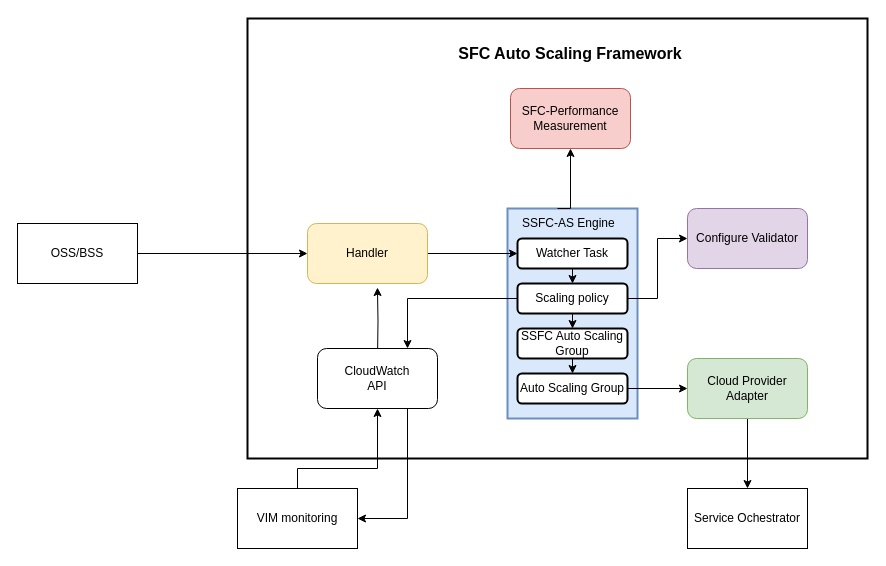
This is High Arch.drawio from nhbinh/draw.io, a draw.io file, before an edit. Source tidied: cells renumbered, new cells numbered last; positions are measured from the earlier drawing's top-left corner, leaving out a move shared by most shapes. Both pictures are drawn from the tidied source at 100%, with x=0, y=0 at pixel (17, 18).
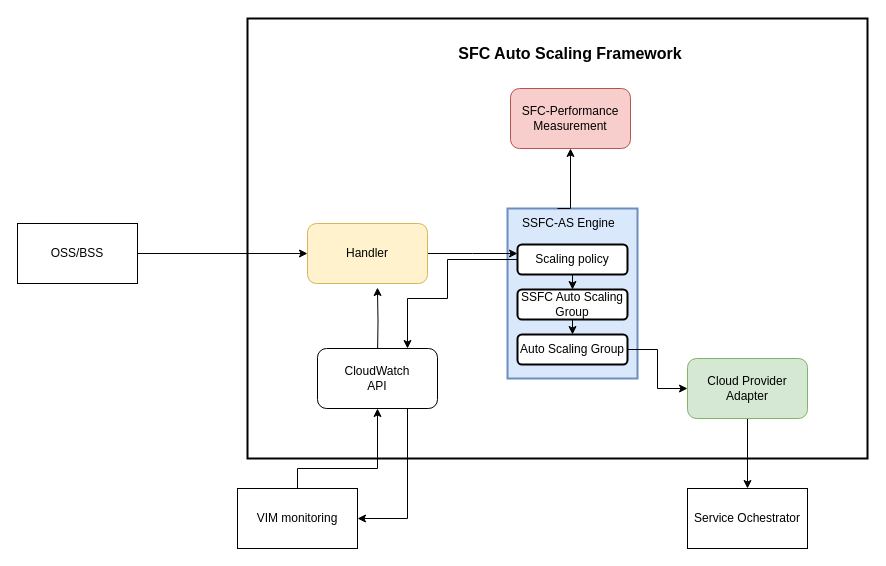
Above is the later version.

The change refers to these unchanged cells:
```xml
<mxCell id="11" value="Handler" style="rounded=1;whiteSpace=wrap;html=1;fillColor=#fff2cc;strokeColor=#d6b656;" parent="1" vertex="1">
  <mxGeometry x="290" y="205" width="120" height="60" as="geometry" />
</mxCell>
<mxCell id="13" value="&lt;span style=&quot;white-space: normal&quot;&gt;CloudWatch&lt;br&gt;API&lt;br&gt;&lt;/span&gt;" style="rounded=1;whiteSpace=wrap;html=1;" parent="1" vertex="1">
  <mxGeometry x="300" y="330" width="120" height="60" as="geometry" />
</mxCell>
```

Diff of the diagram source:
```diff
@@
     <mxCell id="3" style="rounded=0;whiteSpace=wrap;html=1;strokeWidth=2;fillColor=#dae8fc;strokeColor=#6c8ebf;" parent="1" vertex="1">
-      <mxGeometry x="490" y="190" width="130" height="210" as="geometry" />
+      <mxGeometry x="490" y="190" width="130" height="170" as="geometry" />
     </mxCell>
@@
-    <mxCell id="10" style="edgeStyle=orthogonalEdgeStyle;rounded=0;jettySize=auto;html=1;exitX=1;exitY=0.5;exitDx=0;exitDy=0;entryX=0;entryY=0.5;entryDx=0;entryDy=0;" parent="1" edge="1" source="11" target="19">
-      <mxGeometry relative="1" as="geometry" />
+    <mxCell id="10" style="edgeStyle=orthogonalEdgeStyle;rounded=0;jettySize=auto;html=1;exitX=1;exitY=0.5;exitDx=0;exitDy=0;entryX=0;entryY=0.5;entryDx=0;entryDy=0;" parent="1" edge="1" source="11">
+      <mxGeometry relative="1" as="geometry">
+        <mxPoint x="500" y="235" as="targetPoint" />
+      </mxGeometry>
     </mxCell>
@@
-    <mxCell id="18" style="edgeStyle=orthogonalEdgeStyle;rounded=0;jettySize=auto;html=1;exitX=0.5;exitY=1;exitDx=0;exitDy=0;entryX=0.5;entryY=0;entryDx=0;entryDy=0;" parent="1" edge="1" source="19" target="25">
-      <mxGeometry relative="1" as="geometry" />
-    </mxCell>
-    <mxCell id="19" value="Watcher Task" style="rounded=1;whiteSpace=wrap;html=1;strokeWidth=2;" parent="1" vertex="1">
-      <mxGeometry x="500" y="220" width="110" height="30" as="geometry" />
-    </mxCell>
@@
     <mxCell id="21" value="SSFC Auto Scaling Group" style="rounded=1;whiteSpace=wrap;html=1;strokeWidth=2;" parent="1" vertex="1">
-      <mxGeometry x="500" y="310" width="110" height="30" as="geometry" />
+      <mxGeometry x="500" y="271" width="110" height="30" as="geometry" />
     </mxCell>
@@
     <mxCell id="23" style="edgeStyle=orthogonalEdgeStyle;rounded=0;jettySize=auto;html=1;exitX=0;exitY=0.5;exitDx=0;exitDy=0;entryX=0.75;entryY=0;entryDx=0;entryDy=0;" parent="1" edge="1" source="25" target="13">
-      <mxGeometry relative="1" as="geometry" />
+      <mxGeometry relative="1" as="geometry">
+        <Array as="points">
+          <mxPoint x="430" y="241" />
+          <mxPoint x="430" y="280" />
+          <mxPoint x="390" y="280" />
+        </Array>
+      </mxGeometry>
     </mxCell>
-    <mxCell id="24" style="edgeStyle=orthogonalEdgeStyle;rounded=0;jettySize=auto;html=1;exitX=1;exitY=0.5;exitDx=0;exitDy=0;entryX=0;entryY=0.5;entryDx=0;entryDy=0;fontSize=16;" parent="1" edge="1" source="25" target="30">
-      <mxGeometry relative="1" as="geometry" />
-    </mxCell>
     <mxCell id="25" value="Scaling policy" style="rounded=1;whiteSpace=wrap;html=1;strokeWidth=2;" parent="1" vertex="1">
-      <mxGeometry x="500" y="265" width="110" height="30" as="geometry" />
+      <mxGeometry x="500" y="226" width="110" height="30" as="geometry" />
     </mxCell>
@@
     <mxCell id="27" value="Auto Scaling Group" style="rounded=1;whiteSpace=wrap;html=1;strokeWidth=2;" parent="1" vertex="1">
-      <mxGeometry x="500" y="355" width="110" height="30" as="geometry" />
+      <mxGeometry x="500" y="316" width="110" height="30" as="geometry" />
     </mxCell>
@@
-    <mxCell id="30" value="&lt;span style=&quot;white-space: normal&quot;&gt;Configure Validator&lt;br&gt;&lt;/span&gt;" style="rounded=1;whiteSpace=wrap;html=1;fillColor=#e1d5e7;strokeColor=#9673a6;" parent="1" vertex="1">
-      <mxGeometry x="670" y="190" width="120" height="60" as="geometry" />
-    </mxCell>
```
